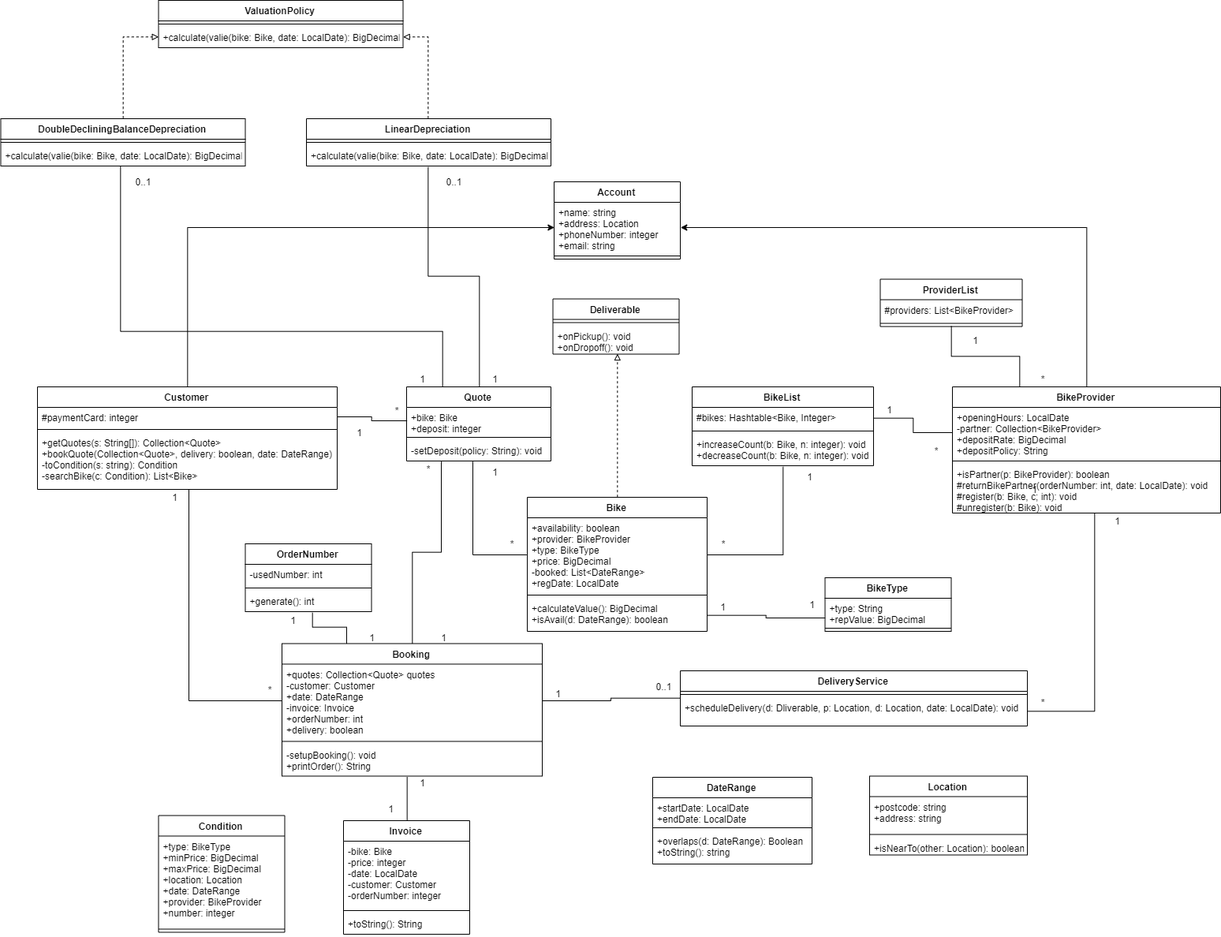
SatoMichi/SE_CW_Bike_Rental_System keeps this draw.io diagram as diagram/cw2_class_diagram.png. Above is the earlier version. Source tidied: cells renumbered, new cells last; positions are measured from the earlier drawing's top-left corner, leaving out a move shared by most shapes.
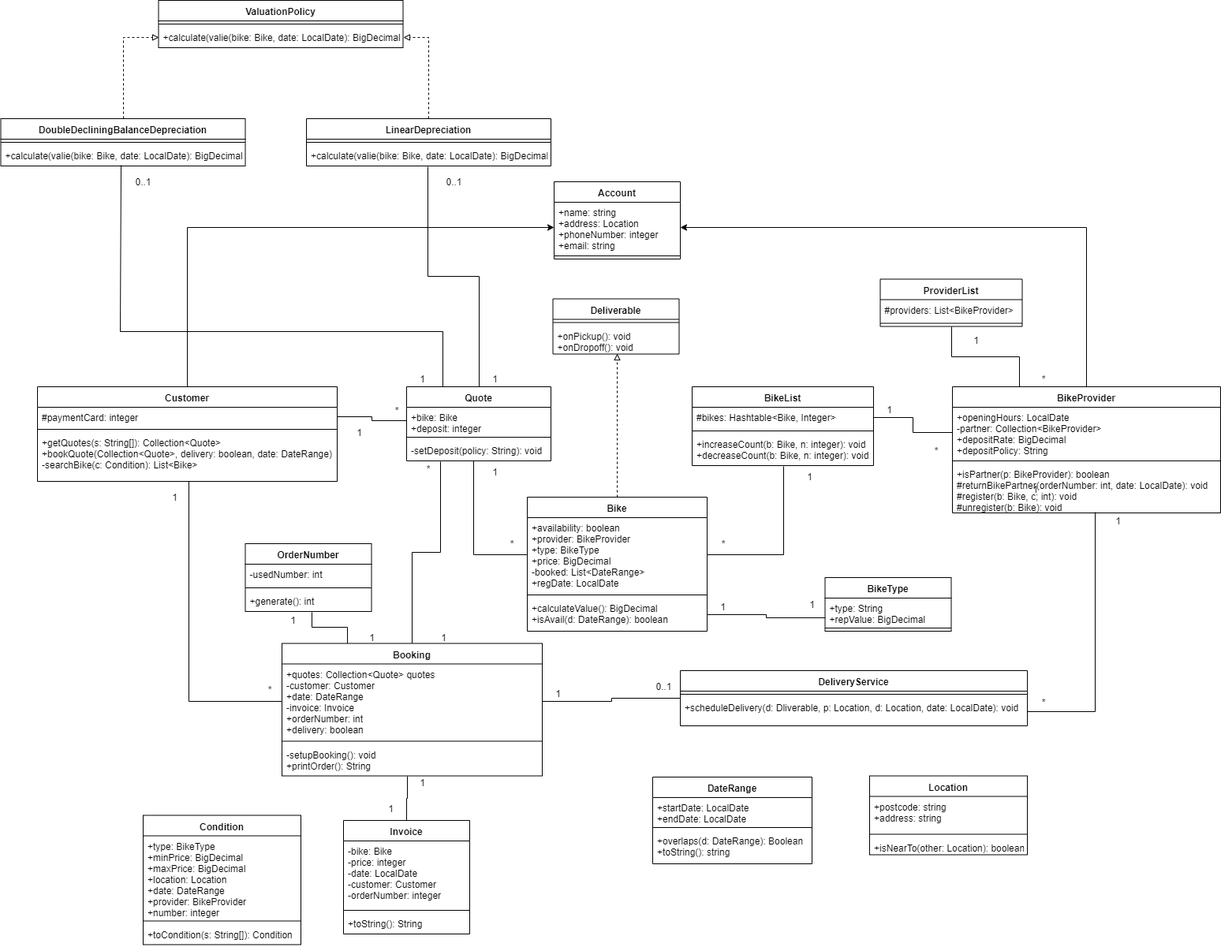
After the commit.

Change to the diagram source:
```diff
@@ -15,7 +15,7 @@
       <mxGeometry relative="1" as="geometry" />
     </mxCell>
     <mxCell id="6" value="Customer" style="swimlane;fontStyle=1;align=center;verticalAlign=top;horizontal=1;startSize=26;" parent="1" vertex="1">
-      <mxGeometry x="46" y="490" width="380" height="130" as="geometry" />
+      <mxGeometry x="46" y="490" width="380" height="120" as="geometry" />
     </mxCell>
     <mxCell id="7" value="#paymentCard: integer" style="text;strokeColor=none;fillColor=none;align=left;verticalAlign=top;spacingLeft=4;spacingRight=4;overflow=hidden;points=[[0,0.5],[1,0.5]];portConstraint=eastwest;" parent="6" vertex="1">
       <mxGeometry y="26" width="380" height="24" as="geometry" />
@@ -23,8 +23,8 @@
     <mxCell id="8" style="line;strokeWidth=1;fillColor=none;align=left;verticalAlign=middle;spacingTop=-1;spacingLeft=3;spacingRight=3;labelPosition=right;" parent="6" vertex="1">
       <mxGeometry y="50" width="380" height="8" as="geometry" />
     </mxCell>
-    <mxCell id="9" value="+getQuotes(s: String[]): Collection&lt;Quote&gt;&#10;+bookQuote(Collection&lt;Quote&gt;, delivery: boolean, date: DateRange) : Booking&#10;-toCondition(s: string): Condition&#10;-searchBike(c: Condition): List&lt;Bike&gt;" style="text;strokeColor=none;fillColor=none;align=left;verticalAlign=top;spacingLeft=4;spacingRight=4;overflow=hidden;points=[[0,0.5],[1,0.5]];portConstraint=eastwest;" parent="6" vertex="1">
-      <mxGeometry y="58" width="380" height="72" as="geometry" />
+    <mxCell id="9" value="+getQuotes(s: String[]): Collection&lt;Quote&gt;&#10;+bookQuote(Collection&lt;Quote&gt;, delivery: boolean, date: DateRange) : Booking&#10;-searchBike(c: Condition): List&lt;Bike&gt;" style="text;strokeColor=none;fillColor=none;align=left;verticalAlign=top;spacingLeft=4;spacingRight=4;overflow=hidden;points=[[0,0.5],[1,0.5]];portConstraint=eastwest;" parent="6" vertex="1">
+      <mxGeometry y="58" width="380" height="62" as="geometry" />
     </mxCell>
     <mxCell id="10" style="edgeStyle=orthogonalEdgeStyle;rounded=0;jettySize=auto;html=1;exitX=0.5;exitY=0;exitDx=0;exitDy=0;entryX=1;entryY=0.5;entryDx=0;entryDy=0;" parent="1" edge="1" source="11" target="3">
       <mxGeometry relative="1" as="geometry" />
@@ -139,15 +139,6 @@
     <mxCell id="45" value="+overlaps(d: DateRange): Boolean&#10;+toString(): string" style="text;strokeColor=none;fillColor=none;align=left;verticalAlign=top;spacingLeft=4;spacingRight=4;overflow=hidden;" parent="42" vertex="1">
       <mxGeometry y="68" width="202" height="42" as="geometry" />
     </mxCell>
-    <mxCell id="46" value="Condition" style="swimlane;fontStyle=1;align=center;verticalAlign=top;horizontal=1;startSize=26;" parent="1" vertex="1">
-      <mxGeometry x="199.5" y="1033.5" width="160" height="148" as="geometry" />
-    </mxCell>
-    <mxCell id="47" value="+type: BikeType&#10;+minPrice: BigDecimal&#10;+maxPrice: BigDecimal&#10;+location: Location&#10;+date: DateRange&#10;+provider: BikeProvider&#10;+number: integer" style="text;strokeColor=none;fillColor=none;align=left;verticalAlign=top;spacingLeft=4;spacingRight=4;overflow=hidden;" parent="46" vertex="1">
-      <mxGeometry y="26" width="160" height="114" as="geometry" />
-    </mxCell>
-    <mxCell id="48" style="line;strokeWidth=1;fillColor=none;align=left;verticalAlign=middle;spacingTop=-1;spacingLeft=3;spacingRight=3;labelPosition=right;" parent="46" vertex="1">
-      <mxGeometry y="140" width="160" height="8" as="geometry" />
-    </mxCell>
     <mxCell id="49" value="1" style="text;html=1;strokeColor=none;fillColor=none;align=center;verticalAlign=middle;whiteSpace=wrap;rounded=0;" parent="1" vertex="1">
       <mxGeometry x="1291" y="610" width="40" height="20" as="geometry" />
     </mxCell>
@@ -352,5 +343,17 @@
     <mxCell id="116" value="1" style="text;html=1;strokeColor=none;fillColor=none;align=center;verticalAlign=middle;whiteSpace=wrap;rounded=0;" parent="1" vertex="1">
       <mxGeometry x="1005" y="594" width="40" height="20" as="geometry" />
     </mxCell>
+    <mxCell id="46" value="Condition" style="swimlane;fontStyle=1;align=center;verticalAlign=top;horizontal=1;startSize=26;" parent="1" vertex="1">
+      <mxGeometry x="180" y="1033.5" width="200" height="164" as="geometry" />
+    </mxCell>
+    <mxCell id="47" value="+type: BikeType&#10;+minPrice: BigDecimal&#10;+maxPrice: BigDecimal&#10;+location: Location&#10;+date: DateRange&#10;+provider: BikeProvider&#10;+number: integer" style="text;strokeColor=none;fillColor=none;align=left;verticalAlign=top;spacingLeft=4;spacingRight=4;overflow=hidden;" parent="46" vertex="1">
+      <mxGeometry y="26" width="200" height="104" as="geometry" />
+    </mxCell>
+    <mxCell id="117" style="line;strokeWidth=1;fillColor=none;align=left;verticalAlign=middle;spacingTop=-1;spacingLeft=3;spacingRight=3;labelPosition=right;" parent="46" vertex="1">
+      <mxGeometry y="130" width="200" height="8" as="geometry" />
+    </mxCell>
+    <mxCell id="118" value="+toCondition(s: String[]): Condition" style="text;strokeColor=none;fillColor=none;align=left;verticalAlign=top;spacingLeft=4;spacingRight=4;overflow=hidden;" parent="46" vertex="1">
+      <mxGeometry y="138" width="200" height="26" as="geometry" />
+    </mxCell>
   </root>
 </mxGraphModel>
```
